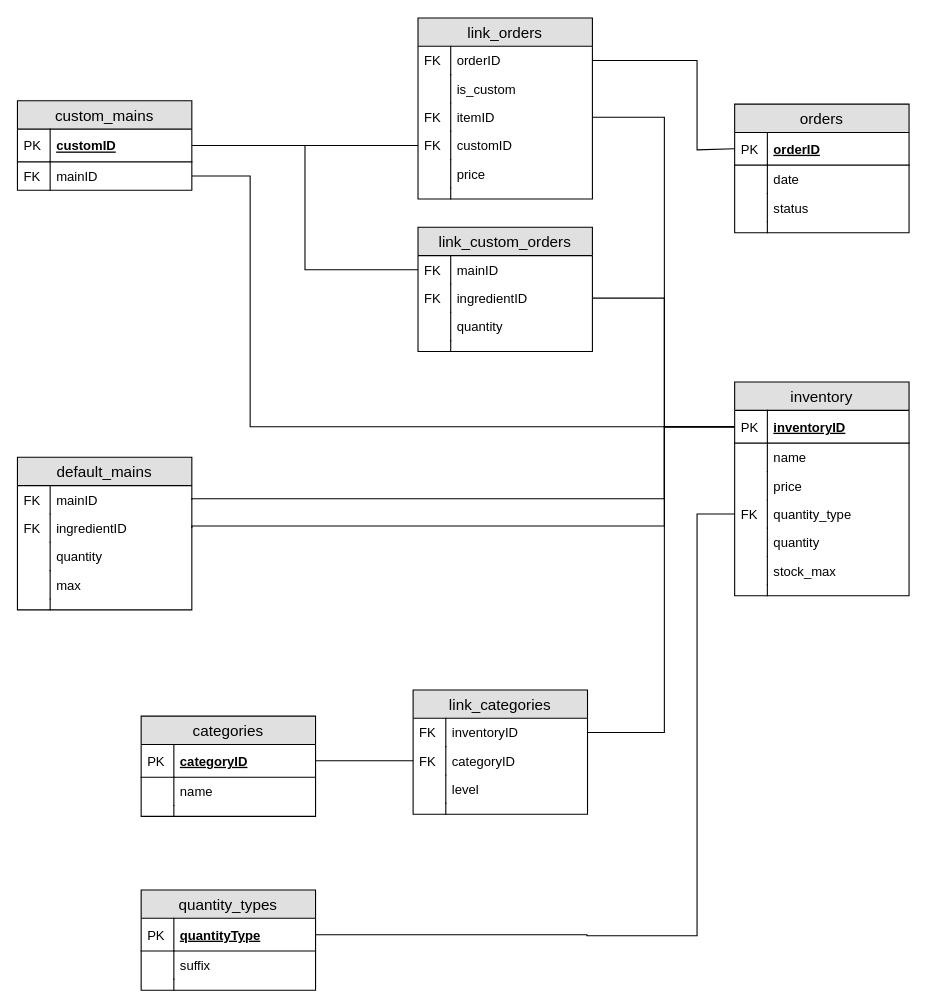
Earlier version of the draw.io diagram docs/database schema.drawio (featherbear/UNSW-COMP1531-Assignment). Source tidied: cells renumbered, new cells numbered last; positions are measured from the earlier drawing's top-left corner, leaving out a move shared by most shapes. Both pictures are drawn from the tidied source at 109%, with x=0, y=0 at pixel (16, 17).
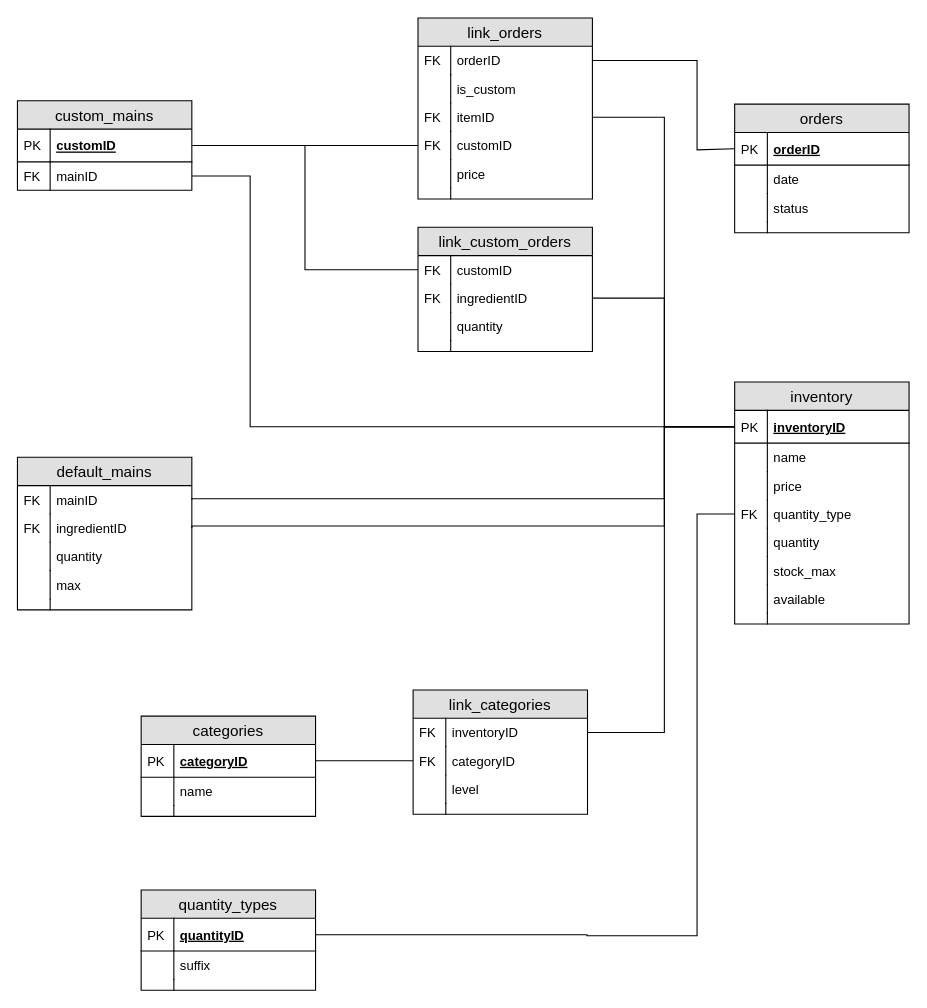
The same diagram, later.

Commit message (it also covers changes not shown here):
+ Add `available` field (_inventory_) * changed `quantityType` to `quantityID` (_quantity_types_) * changed `mainID` to `customID` (_link_custom_orders_)

Unchanged cells that the change refers to:
```xml
<mxCell id="2" value="link_custom_orders" style="swimlane;fontStyle=0;horizontal=1;startSize=26;fillColor=#e0e0e0;swimlaneFillColor=#ffffff;align=center;fontSize=14;" parent="1" vertex="1">
  <mxGeometry x="368" y="192" width="160" height="114" as="geometry" />
</mxCell>
<mxCell id="76" value="quantity_types" style="swimlane;fontStyle=0;horizontal=1;startSize=26;fillColor=#e0e0e0;swimlaneFillColor=#ffffff;align=center;fontSize=14;" parent="1" vertex="1">
  <mxGeometry x="114" y="800" width="160" height="92" as="geometry" />
</mxCell>
```

Diff of the diagram source:
```diff
@@
-    <mxCell id="3" value="mainID" style="shape=partialRectangle;top=0;left=0;right=0;bottom=0;align=left;verticalAlign=top;fillColor=none;spacingLeft=34;spacingRight=4;overflow=hidden;points=[[0,0.5],[1,0.5]];portConstraint=eastwest;fontSize=12;" parent="2" vertex="1">
+    <mxCell id="3" value="customID" style="shape=partialRectangle;top=0;left=0;right=0;bottom=0;align=left;verticalAlign=top;fillColor=none;spacingLeft=34;spacingRight=4;overflow=hidden;points=[[0,0.5],[1,0.5]];portConstraint=eastwest;fontSize=12;" parent="2" vertex="1">
       <mxGeometry y="26" width="160" height="26" as="geometry" />
     </mxCell>
@@
     <mxCell id="27" value="inventory" style="swimlane;fontStyle=0;horizontal=1;startSize=26;fillColor=#e0e0e0;swimlaneFillColor=#ffffff;align=center;fontSize=14;" parent="1" vertex="1">
-      <mxGeometry x="658.5" y="334" width="160" height="196" as="geometry" />
+      <mxGeometry x="658.5" y="334" width="160" height="222" as="geometry" />
     </mxCell>
@@
+    <mxCell id="98" value="available" style="shape=partialRectangle;top=0;left=0;right=0;bottom=0;align=left;verticalAlign=top;fillColor=none;spacingLeft=34;spacingRight=4;overflow=hidden;fontSize=12;" parent="27" vertex="1">
+      <mxGeometry y="186" width="160" height="26" as="geometry" />
+    </mxCell>
+    <mxCell id="99" style="shape=partialRectangle;top=0;left=0;bottom=0;fillColor=none;align=left;verticalAlign=top;spacingLeft=4;spacingRight=4;overflow=hidden;fontSize=12;" parent="98" vertex="1">
+      <mxGeometry width="30" height="26" as="geometry" />
+    </mxCell>
     <mxCell id="40" style="shape=partialRectangle;top=0;left=0;right=0;bottom=0;align=left;verticalAlign=top;fillColor=none;spacingLeft=34;spacingRight=4;overflow=hidden;fontSize=12;" parent="27" vertex="1">
-      <mxGeometry y="186" width="160" height="10" as="geometry" />
+      <mxGeometry y="212" width="160" height="10" as="geometry" />
     </mxCell>
@@
-    <mxCell id="77" value="quantityType" style="shape=partialRectangle;top=0;left=0;right=0;bottom=1;align=left;verticalAlign=middle;fillColor=none;spacingLeft=34;spacingRight=4;overflow=hidden;points=[[0,0.5],[1,0.5]];portConstraint=eastwest;fontStyle=5;fontSize=12;" parent="76" vertex="1">
+    <mxCell id="77" value="quantityID" style="shape=partialRectangle;top=0;left=0;right=0;bottom=1;align=left;verticalAlign=middle;fillColor=none;spacingLeft=34;spacingRight=4;overflow=hidden;points=[[0,0.5],[1,0.5]];portConstraint=eastwest;fontStyle=5;fontSize=12;" parent="76" vertex="1">
       <mxGeometry y="26" width="160" height="30" as="geometry" />
     </mxCell>
```
